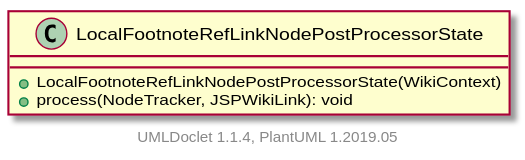
apache/jspwiki-site keeps this PlantUML diagram as apidocs/2.11.0.M7-SNAPSHOT/org/apache/wiki/markdown/extensions/jspwikilinks/postprocessor/LocalFootnoteRefLinkNodePostProcessorState.svg. Above is the earlier version. Its diagram source:
```plantuml
@startuml

    class LocalFootnoteRefLinkNodePostProcessorState [[LocalFootnoteRefLinkNodePostProcessorState.html]] {
        +LocalFootnoteRefLinkNodePostProcessorState(WikiContext)
        +process(NodeTracker, JSPWikiLink): void
    }


    center footer UMLDoclet 1.1.4, PlantUML 1.2019.05
@enduml
```
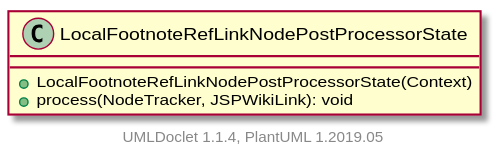
After the change.

Diff of the diagram source:
```diff
@@ -1,7 +1,7 @@
 @startuml
 
     class LocalFootnoteRefLinkNodePostProcessorState [[LocalFootnoteRefLinkNodePostProcessorState.html]] {
-        +LocalFootnoteRefLinkNodePostProcessorState(WikiContext)
+        +LocalFootnoteRefLinkNodePostProcessorState(Context)
         +process(NodeTracker, JSPWikiLink): void
     }
 
```
